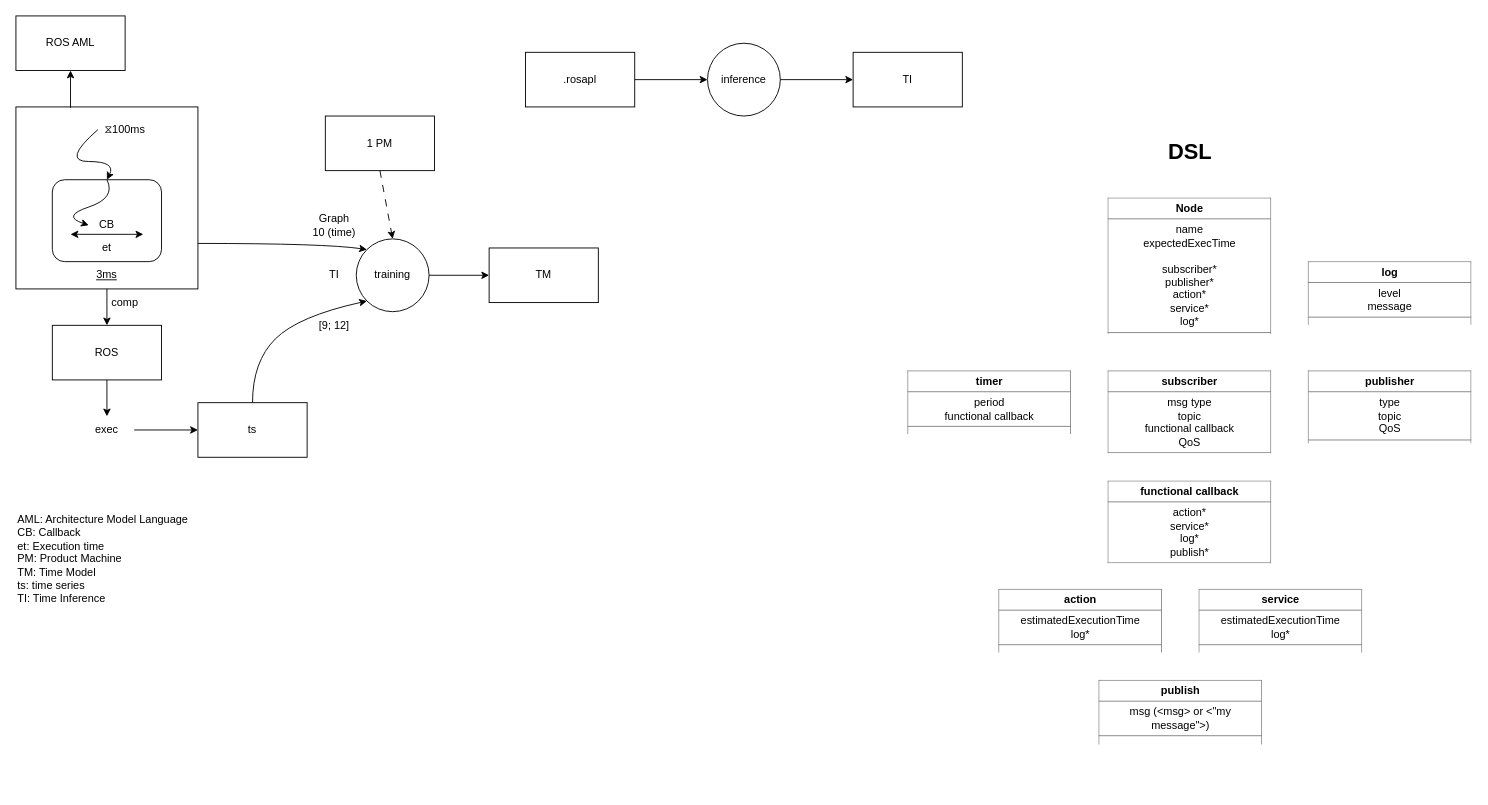
The draw.io diagram docs/temporal_model_hybridization.drawio in Colin-de-Seroux/temporal-model-hybridization, before the edit. Source tidied: cells renumbered, new cells numbered last; positions are measured from the earlier drawing's top-left corner, leaving out a move shared by most shapes. Both pictures are drawn from the tidied source at 91%, with x=0, y=0 at pixel (15, 15).
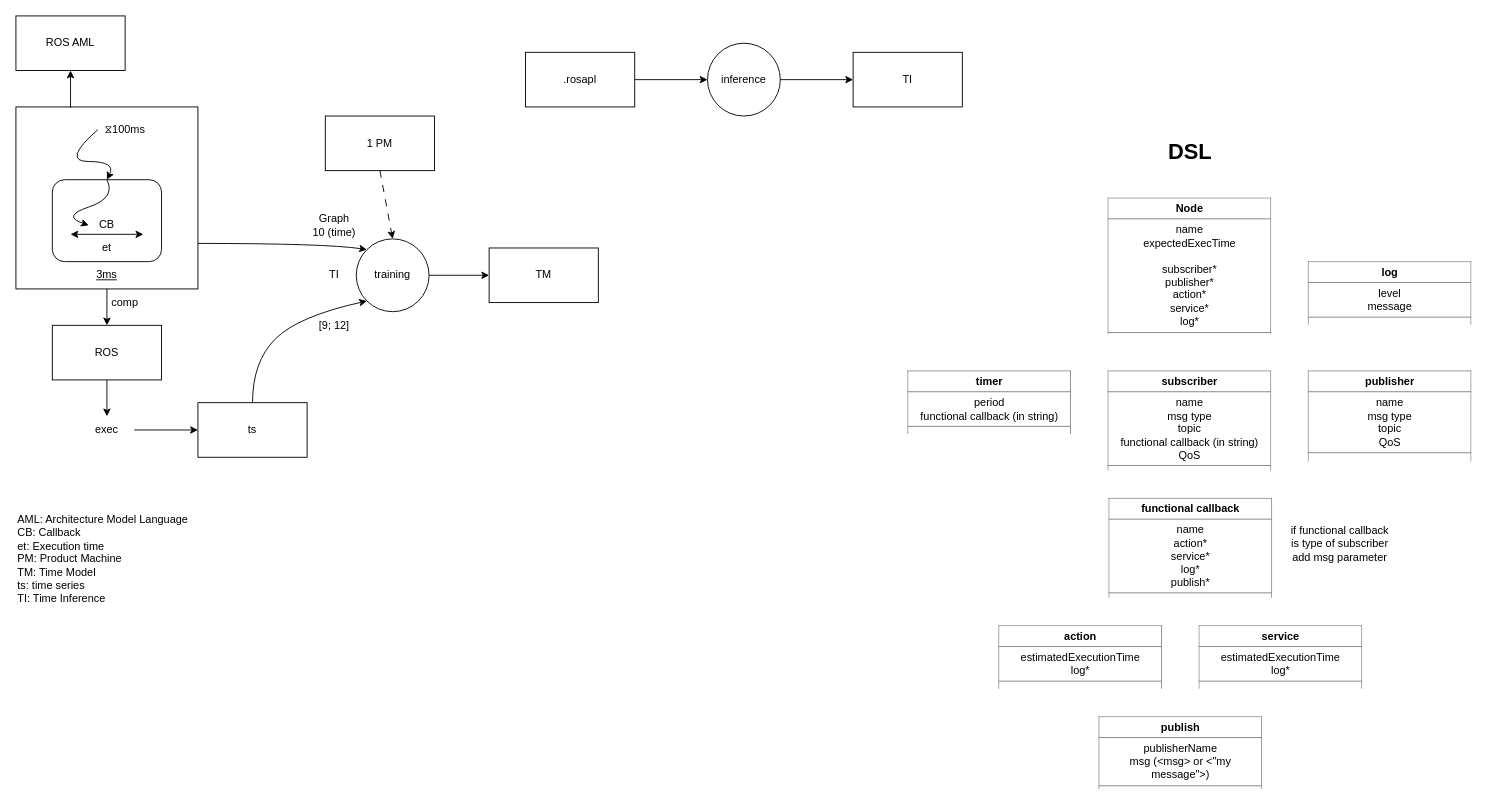
The same page after the edit.

What changed in the source:
```diff
@@
-    <mxCell id="39" value="&lt;table border=&quot;1&quot; width=&quot;100%&quot; height=&quot;100%&quot; cellpadding=&quot;4&quot; style=&quot;width:100%;height:100%;border-collapse:collapse;&quot;&gt;&lt;tbody&gt;&lt;tr&gt;&lt;th align=&quot;center&quot;&gt;subscriber&lt;/th&gt;&lt;/tr&gt;&lt;tr&gt;&lt;td align=&quot;center&quot;&gt;msg type&lt;br&gt;topic&lt;br&gt;functional callback&lt;br&gt;QoS&lt;/td&gt;&lt;/tr&gt;&lt;tr&gt;&lt;td align=&quot;center&quot;&gt;&lt;br&gt;&lt;br&gt;&lt;/td&gt;&lt;/tr&gt;&lt;/tbody&gt;&lt;/table&gt;" style="text;html=1;whiteSpace=wrap;strokeColor=none;fillColor=none;overflow=fill;verticalAlign=top;" parent="1" vertex="1">
-      <mxGeometry x="1200" y="390" width="180" height="91" as="geometry" />
+    <mxCell id="39" value="&lt;table border=&quot;1&quot; width=&quot;100%&quot; height=&quot;100%&quot; cellpadding=&quot;4&quot; style=&quot;width:100%;height:100%;border-collapse:collapse;&quot;&gt;&lt;tbody&gt;&lt;tr&gt;&lt;th align=&quot;center&quot;&gt;subscriber&lt;/th&gt;&lt;/tr&gt;&lt;tr&gt;&lt;td align=&quot;center&quot;&gt;name&lt;br&gt;msg type&lt;br&gt;topic&lt;br&gt;functional callback (in string)&lt;br&gt;QoS&lt;/td&gt;&lt;/tr&gt;&lt;tr&gt;&lt;td align=&quot;center&quot;&gt;&lt;br&gt;&lt;br&gt;&lt;/td&gt;&lt;/tr&gt;&lt;/tbody&gt;&lt;/table&gt;" style="text;html=1;whiteSpace=wrap;strokeColor=none;fillColor=none;overflow=fill;verticalAlign=top;" parent="1" vertex="1">
+      <mxGeometry x="1200" y="390" width="180" height="110" as="geometry" />
     </mxCell>
-    <mxCell id="40" value="&lt;table border=&quot;1&quot; width=&quot;100%&quot; height=&quot;100%&quot; cellpadding=&quot;4&quot; style=&quot;width:100%;height:100%;border-collapse:collapse;&quot;&gt;&lt;tbody&gt;&lt;tr&gt;&lt;th align=&quot;center&quot;&gt;publisher&lt;/th&gt;&lt;/tr&gt;&lt;tr&gt;&lt;td align=&quot;center&quot;&gt;type&lt;br&gt;topic&lt;br&gt;QoS&lt;/td&gt;&lt;/tr&gt;&lt;tr&gt;&lt;td align=&quot;center&quot;&gt;&lt;br&gt;&lt;br&gt;&lt;/td&gt;&lt;/tr&gt;&lt;/tbody&gt;&lt;/table&gt;" style="text;html=1;whiteSpace=wrap;strokeColor=none;fillColor=none;overflow=fill;verticalAlign=top;" parent="1" vertex="1">
-      <mxGeometry x="1420" y="390" width="180" height="80" as="geometry" />
+    <mxCell id="40" value="&lt;table border=&quot;1&quot; width=&quot;100%&quot; height=&quot;100%&quot; cellpadding=&quot;4&quot; style=&quot;width:100%;height:100%;border-collapse:collapse;&quot;&gt;&lt;tbody&gt;&lt;tr&gt;&lt;th align=&quot;center&quot;&gt;publisher&lt;/th&gt;&lt;/tr&gt;&lt;tr&gt;&lt;td align=&quot;center&quot;&gt;name&lt;br&gt;msg type&lt;br&gt;topic&lt;br&gt;QoS&lt;/td&gt;&lt;/tr&gt;&lt;tr&gt;&lt;td align=&quot;center&quot;&gt;&lt;br&gt;&lt;br&gt;&lt;/td&gt;&lt;/tr&gt;&lt;/tbody&gt;&lt;/table&gt;" style="text;html=1;whiteSpace=wrap;strokeColor=none;fillColor=none;overflow=fill;verticalAlign=top;" parent="1" vertex="1">
+      <mxGeometry x="1420" y="390" width="180" height="100" as="geometry" />
     </mxCell>
-    <mxCell id="41" value="&lt;table border=&quot;1&quot; width=&quot;100%&quot; height=&quot;100%&quot; cellpadding=&quot;4&quot; style=&quot;width:100%;height:100%;border-collapse:collapse;&quot;&gt;&lt;tbody&gt;&lt;tr&gt;&lt;th align=&quot;center&quot;&gt;functional callback&lt;/th&gt;&lt;/tr&gt;&lt;tr&gt;&lt;td align=&quot;center&quot;&gt;action*&lt;br&gt;service*&lt;br&gt;log*&lt;br&gt;publish*&lt;/td&gt;&lt;/tr&gt;&lt;tr&gt;&lt;td align=&quot;center&quot;&gt;&lt;br&gt;&lt;br&gt;&lt;/td&gt;&lt;/tr&gt;&lt;/tbody&gt;&lt;/table&gt;" style="text;html=1;whiteSpace=wrap;strokeColor=none;fillColor=none;overflow=fill;verticalAlign=top;" parent="1" vertex="1">
-      <mxGeometry x="1200" y="510.5" width="180" height="91" as="geometry" />
+    <mxCell id="41" value="&lt;table border=&quot;1&quot; width=&quot;100%&quot; height=&quot;100%&quot; cellpadding=&quot;4&quot; style=&quot;width:100%;height:100%;border-collapse:collapse;&quot;&gt;&lt;tbody&gt;&lt;tr&gt;&lt;th align=&quot;center&quot;&gt;functional callback&lt;/th&gt;&lt;/tr&gt;&lt;tr&gt;&lt;td align=&quot;center&quot;&gt;name&lt;br&gt;action*&lt;br&gt;service*&lt;br&gt;log*&lt;br&gt;publish*&lt;/td&gt;&lt;/tr&gt;&lt;tr&gt;&lt;td align=&quot;center&quot;&gt;&lt;br&gt;&lt;br&gt;&lt;/td&gt;&lt;/tr&gt;&lt;/tbody&gt;&lt;/table&gt;" style="text;html=1;whiteSpace=wrap;strokeColor=none;fillColor=none;overflow=fill;verticalAlign=top;" parent="1" vertex="1">
+      <mxGeometry x="1201" y="530" width="180" height="109.5" as="geometry" />
     </mxCell>
-    <mxCell id="42" value="&lt;table border=&quot;1&quot; width=&quot;100%&quot; height=&quot;100%&quot; cellpadding=&quot;4&quot; style=&quot;width:100%;height:100%;border-collapse:collapse;&quot;&gt;&lt;tbody&gt;&lt;tr&gt;&lt;th align=&quot;center&quot;&gt;publish&lt;/th&gt;&lt;/tr&gt;&lt;tr&gt;&lt;td align=&quot;center&quot;&gt;msg (&amp;lt;msg&amp;gt; or &amp;lt;&quot;my message&quot;&amp;gt;)&lt;/td&gt;&lt;/tr&gt;&lt;tr&gt;&lt;td align=&quot;center&quot;&gt;&lt;br&gt;&lt;br&gt;&lt;/td&gt;&lt;/tr&gt;&lt;/tbody&gt;&lt;/table&gt;" style="text;html=1;whiteSpace=wrap;strokeColor=none;fillColor=none;overflow=fill;verticalAlign=top;" parent="1" vertex="1">
-      <mxGeometry x="1190" y="730" width="180" height="71" as="geometry" />
+    <mxCell id="42" value="&lt;table border=&quot;1&quot; width=&quot;100%&quot; height=&quot;100%&quot; cellpadding=&quot;4&quot; style=&quot;width:100%;height:100%;border-collapse:collapse;&quot;&gt;&lt;tbody&gt;&lt;tr&gt;&lt;th align=&quot;center&quot;&gt;publish&lt;/th&gt;&lt;/tr&gt;&lt;tr&gt;&lt;td align=&quot;center&quot;&gt;publisherName&lt;br&gt;msg (&amp;lt;msg&amp;gt; or &amp;lt;&quot;my message&quot;&amp;gt;)&lt;/td&gt;&lt;/tr&gt;&lt;tr&gt;&lt;td align=&quot;center&quot;&gt;&lt;br&gt;&lt;br&gt;&lt;/td&gt;&lt;/tr&gt;&lt;/tbody&gt;&lt;/table&gt;" style="text;html=1;whiteSpace=wrap;strokeColor=none;fillColor=none;overflow=fill;verticalAlign=top;" parent="1" vertex="1">
+      <mxGeometry x="1190" y="770" width="180" height="80" as="geometry" />
     </mxCell>
     <mxCell id="43" value="&lt;table border=&quot;1&quot; width=&quot;100%&quot; height=&quot;100%&quot; cellpadding=&quot;4&quot; style=&quot;width:100%;height:100%;border-collapse:collapse;&quot;&gt;&lt;tbody&gt;&lt;tr&gt;&lt;th align=&quot;center&quot;&gt;action&lt;/th&gt;&lt;/tr&gt;&lt;tr&gt;&lt;td align=&quot;center&quot;&gt;estimatedExecutionTime&lt;br&gt;log*&lt;/td&gt;&lt;/tr&gt;&lt;tr&gt;&lt;td align=&quot;center&quot;&gt;&lt;br&gt;&lt;br&gt;&lt;/td&gt;&lt;/tr&gt;&lt;/tbody&gt;&lt;/table&gt;" style="text;html=1;whiteSpace=wrap;strokeColor=none;fillColor=none;overflow=fill;verticalAlign=top;" parent="1" vertex="1">
-      <mxGeometry x="1080" y="630" width="180" height="70" as="geometry" />
+      <mxGeometry x="1080" y="670" width="180" height="70" as="geometry" />
     </mxCell>
     <mxCell id="44" value="&lt;table border=&quot;1&quot; width=&quot;100%&quot; height=&quot;100%&quot; cellpadding=&quot;4&quot; style=&quot;width:100%;height:100%;border-collapse:collapse;&quot;&gt;&lt;tbody&gt;&lt;tr&gt;&lt;th align=&quot;center&quot;&gt;service&lt;/th&gt;&lt;/tr&gt;&lt;tr&gt;&lt;td align=&quot;center&quot;&gt;estimatedExecutionTime&lt;br&gt;log*&lt;/td&gt;&lt;/tr&gt;&lt;tr&gt;&lt;td align=&quot;center&quot;&gt;&lt;br&gt;&lt;br&gt;&lt;/td&gt;&lt;/tr&gt;&lt;/tbody&gt;&lt;/table&gt;" style="text;html=1;whiteSpace=wrap;strokeColor=none;fillColor=none;overflow=fill;verticalAlign=top;" parent="1" vertex="1">
-      <mxGeometry x="1300" y="630" width="180" height="70" as="geometry" />
+      <mxGeometry x="1300" y="670" width="180" height="70" as="geometry" />
     </mxCell>
-    <mxCell id="45" value="&lt;table border=&quot;1&quot; width=&quot;100%&quot; height=&quot;100%&quot; cellpadding=&quot;4&quot; style=&quot;width:100%;height:100%;border-collapse:collapse;&quot;&gt;&lt;tbody&gt;&lt;tr&gt;&lt;th align=&quot;center&quot;&gt;timer&lt;/th&gt;&lt;/tr&gt;&lt;tr&gt;&lt;td align=&quot;center&quot;&gt;period&lt;br&gt;functional callback&lt;/td&gt;&lt;/tr&gt;&lt;tr&gt;&lt;td align=&quot;center&quot;&gt;&lt;br&gt;&lt;br&gt;&lt;/td&gt;&lt;/tr&gt;&lt;/tbody&gt;&lt;/table&gt;" style="text;html=1;whiteSpace=wrap;strokeColor=none;fillColor=none;overflow=fill;verticalAlign=top;" parent="1" vertex="1">
+    <mxCell id="45" value="&lt;table border=&quot;1&quot; width=&quot;100%&quot; height=&quot;100%&quot; cellpadding=&quot;4&quot; style=&quot;width:100%;height:100%;border-collapse:collapse;&quot;&gt;&lt;tbody&gt;&lt;tr&gt;&lt;th align=&quot;center&quot;&gt;timer&lt;/th&gt;&lt;/tr&gt;&lt;tr&gt;&lt;td align=&quot;center&quot;&gt;period&lt;br&gt;functional callback (in string)&lt;/td&gt;&lt;/tr&gt;&lt;tr&gt;&lt;td align=&quot;center&quot;&gt;&lt;br&gt;&lt;br&gt;&lt;/td&gt;&lt;/tr&gt;&lt;/tbody&gt;&lt;/table&gt;" style="text;html=1;whiteSpace=wrap;strokeColor=none;fillColor=none;overflow=fill;verticalAlign=top;" parent="1" vertex="1">
       <mxGeometry x="980" y="390" width="180" height="70" as="geometry" />
     </mxCell>
@@
+    <mxCell id="47" value="if functional callback is type of subscriber add msg parameter" style="text;html=1;align=center;verticalAlign=middle;whiteSpace=wrap;rounded=0;" parent="1" vertex="1">
+      <mxGeometry x="1400" y="564.5" width="110" height="30" as="geometry" />
+    </mxCell>
```
